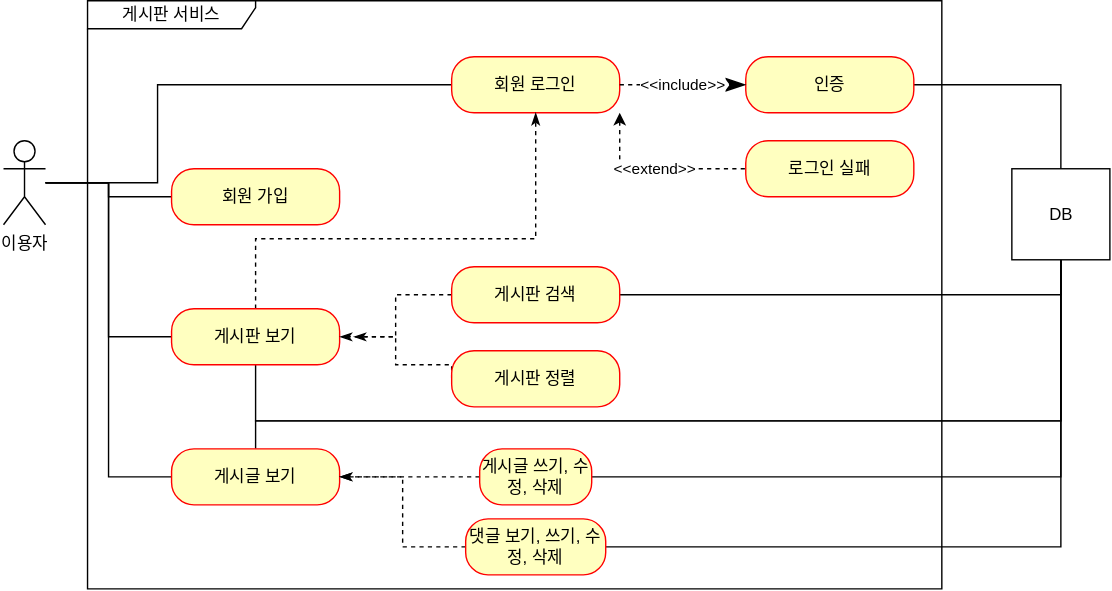
Before: document/use-case.svg, a diagram exported from draw.io (zmfpdl64/fastcampus-project-board). Source tidied: cells renumbered, new cells last; positions are measured from the earlier drawing's top-left corner, leaving out a move shared by most shapes.
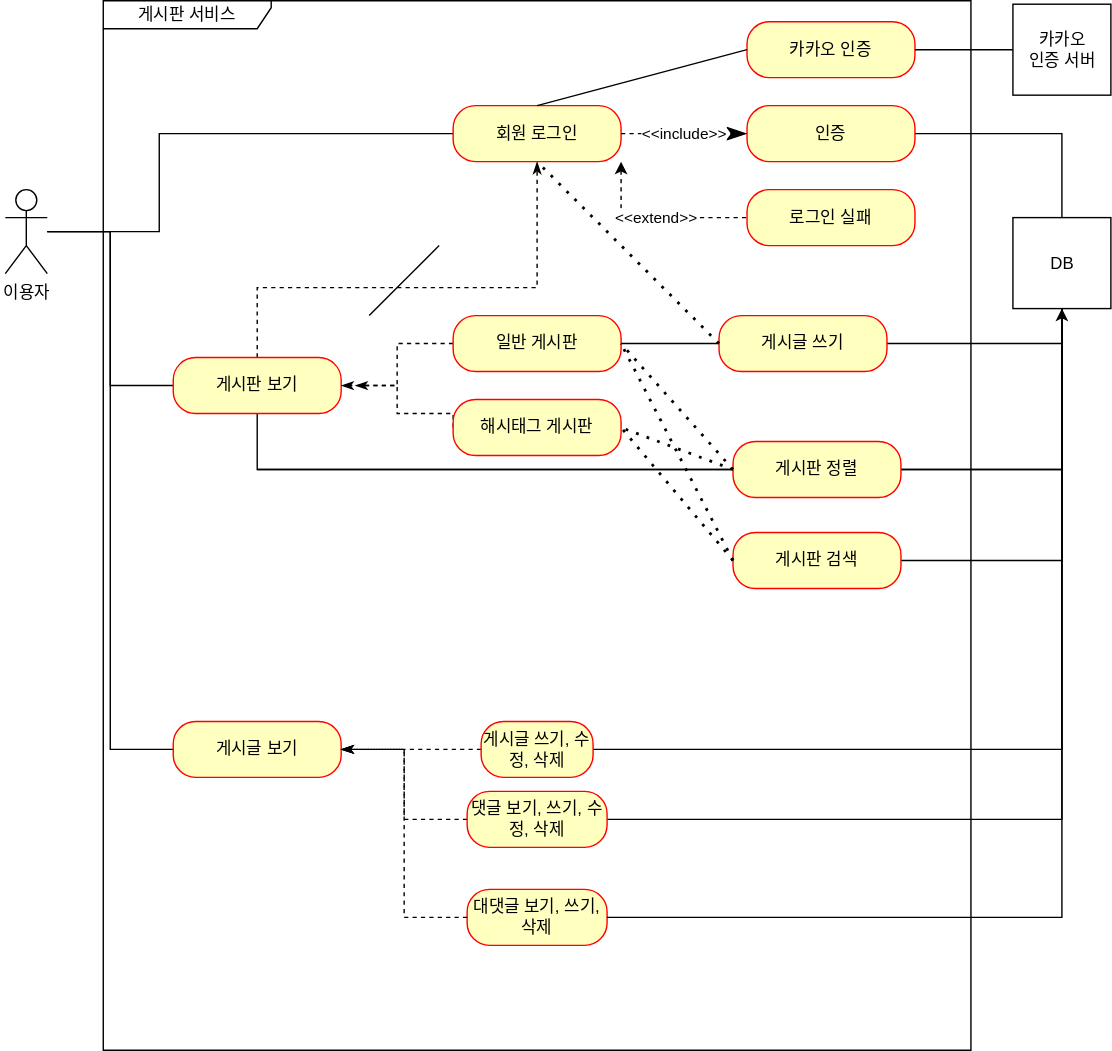
After the commit.

Commit message:
#49 - use-case.svg: 카카오 인증 유즈 케이스 추가 (대댓글 미리 표현하였다)

Change to the diagram source:
```diff
@@ -3,11 +3,8 @@
     <mxCell id="0" />
     <mxCell id="1" parent="0" />
     <mxCell id="2" value="게시판 서비스" style="shape=umlFrame;whiteSpace=wrap;html=1;width=120;height=20;" parent="1" vertex="1">
-      <mxGeometry x="60" width="610" height="420" as="geometry" />
+      <mxGeometry x="70" y="-35" width="620" height="750" as="geometry" />
     </mxCell>
-    <mxCell id="3" style="edgeStyle=orthogonalEdgeStyle;rounded=0;jettySize=auto;html=1;entryX=0;entryY=0.5;entryDx=0;entryDy=0;endArrow=none;endFill=0;" parent="1" edge="1" source="7" target="10">
-      <mxGeometry relative="1" as="geometry" />
-    </mxCell>
     <mxCell id="4" style="edgeStyle=orthogonalEdgeStyle;rounded=0;jettySize=auto;html=1;entryX=0;entryY=0.5;entryDx=0;entryDy=0;endArrow=none;endFill=0;" parent="1" edge="1" source="7" target="9">
       <mxGeometry relative="1" as="geometry">
         <Array as="points">
@@ -35,9 +32,6 @@
     <mxCell id="9" value="회원 로그인" style="rounded=1;whiteSpace=wrap;html=1;arcSize=40;fontColor=#000000;fillColor=#ffffc0;strokeColor=#ff0000;" parent="1" vertex="1">
       <mxGeometry x="320" y="40" width="120" height="40" as="geometry" />
     </mxCell>
-    <mxCell id="10" value="회원 가입" style="rounded=1;whiteSpace=wrap;html=1;arcSize=40;fontColor=#000000;fillColor=#ffffc0;strokeColor=#ff0000;" parent="1" vertex="1">
-      <mxGeometry x="120" y="120" width="120" height="40" as="geometry" />
-    </mxCell>
     <mxCell id="11" style="edgeStyle=orthogonalEdgeStyle;rounded=0;jettySize=auto;html=1;startArrow=none;startFill=0;endArrow=none;endFill=0;" parent="1" edge="1" source="12" target="31">
       <mxGeometry relative="1" as="geometry" />
     </mxCell>
@@ -76,19 +70,19 @@
         </Array>
       </mxGeometry>
     </mxCell>
-    <mxCell id="18" value="게시판 정렬" style="rounded=1;whiteSpace=wrap;html=1;arcSize=40;fontColor=#000000;fillColor=#ffffc0;strokeColor=#ff0000;" parent="1" vertex="1">
+    <mxCell id="18" value="해시태그 게시판" style="rounded=1;whiteSpace=wrap;html=1;arcSize=40;fontColor=#000000;fillColor=#ffffc0;strokeColor=#ff0000;" parent="1" vertex="1">
       <mxGeometry x="320" y="250" width="120" height="40" as="geometry" />
     </mxCell>
     <mxCell id="19" style="edgeStyle=orthogonalEdgeStyle;rounded=0;jettySize=auto;html=1;entryX=1;entryY=0.5;entryDx=0;entryDy=0;dashed=1;startArrow=none;startFill=0;endArrow=classicThin;endFill=1;" parent="1" edge="1" source="21" target="15">
       <mxGeometry relative="1" as="geometry" />
     </mxCell>
-    <mxCell id="20" style="edgeStyle=orthogonalEdgeStyle;rounded=0;jettySize=auto;html=1;entryX=0.5;entryY=1;entryDx=0;entryDy=0;startArrow=none;startFill=0;endArrow=none;endFill=0;" parent="1" edge="1" source="21" target="31">
+    <mxCell id="20" style="edgeStyle=orthogonalEdgeStyle;rounded=0;jettySize=auto;html=1;entryX=0.5;entryY=1;entryDx=0;entryDy=0;startArrow=none;startFill=0;endArrow=none;endFill=0;" parent="1" edge="1" source="38" target="31">
       <mxGeometry relative="1" as="geometry" />
     </mxCell>
-    <mxCell id="21" value="게시판 검색" style="rounded=1;whiteSpace=wrap;html=1;arcSize=40;fontColor=#000000;fillColor=#ffffc0;strokeColor=#ff0000;" parent="1" vertex="1">
+    <mxCell id="21" value="일반 게시판" style="rounded=1;whiteSpace=wrap;html=1;arcSize=40;fontColor=#000000;fillColor=#ffffc0;strokeColor=#ff0000;" parent="1" vertex="1">
       <mxGeometry x="320" y="190" width="120" height="40" as="geometry" />
     </mxCell>
-    <mxCell id="22" style="edgeStyle=orthogonalEdgeStyle;rounded=0;jettySize=auto;html=1;entryX=0.5;entryY=1;entryDx=0;entryDy=0;startArrow=none;startFill=0;endArrow=none;endFill=0;" parent="1" edge="1" source="23" target="31">
+    <mxCell id="22" style="edgeStyle=orthogonalEdgeStyle;rounded=0;jettySize=auto;html=1;entryX=0.5;entryY=1;entryDx=0;entryDy=0;startArrow=none;startFill=0;endArrow=none;endFill=0;" parent="1" edge="1" source="39" target="31">
       <mxGeometry relative="1" as="geometry">
         <Array as="points">
           <mxPoint x="180" y="300" />
@@ -97,7 +91,7 @@
       </mxGeometry>
     </mxCell>
     <mxCell id="23" value="게시글 보기" style="rounded=1;whiteSpace=wrap;html=1;arcSize=40;fontColor=#000000;fillColor=#ffffc0;strokeColor=#ff0000;" parent="1" vertex="1">
-      <mxGeometry x="120" y="320" width="120" height="40" as="geometry" />
+      <mxGeometry x="120" y="480" width="120" height="40" as="geometry" />
     </mxCell>
     <mxCell id="24" style="edgeStyle=orthogonalEdgeStyle;rounded=0;jettySize=auto;html=1;entryX=1;entryY=0.5;entryDx=0;entryDy=0;dashed=1;startArrow=none;startFill=0;endArrow=classicThin;endFill=1;" parent="1" edge="1" source="26" target="23">
       <mxGeometry relative="1" as="geometry" />
@@ -106,7 +100,7 @@
       <mxGeometry relative="1" as="geometry" />
     </mxCell>
     <mxCell id="26" value="게시글 쓰기, 수정, 삭제" style="rounded=1;whiteSpace=wrap;html=1;arcSize=40;fontColor=#000000;fillColor=#ffffc0;strokeColor=#ff0000;" parent="1" vertex="1">
-      <mxGeometry x="340" y="320" width="80" height="40" as="geometry" />
+      <mxGeometry x="340" y="480" width="80" height="40" as="geometry" />
     </mxCell>
     <mxCell id="27" style="edgeStyle=orthogonalEdgeStyle;rounded=0;jettySize=auto;html=1;dashed=1;startArrow=none;startFill=0;endArrow=classicThin;endFill=1;entryX=1;entryY=0.5;entryDx=0;entryDy=0;" parent="1" edge="1" source="29" target="23">
       <mxGeometry relative="1" as="geometry" />
@@ -115,7 +109,7 @@
       <mxGeometry relative="1" as="geometry" />
     </mxCell>
     <mxCell id="29" value="댓글 보기, 쓰기, 수정, 삭제" style="rounded=1;whiteSpace=wrap;html=1;arcSize=40;fontColor=#000000;fillColor=#ffffc0;strokeColor=#ff0000;" parent="1" vertex="1">
-      <mxGeometry x="330" y="370" width="100" height="40" as="geometry" />
+      <mxGeometry x="330" y="530" width="100" height="40" as="geometry" />
     </mxCell>
     <mxCell id="30" value="&amp;lt;&amp;lt;include&amp;gt;&amp;gt;" style="endArrow=classicThin;endSize=12;dashed=1;html=1;rounded=0;exitX=1;exitY=0.5;exitDx=0;exitDy=0;entryX=0;entryY=0.5;entryDx=0;entryDy=0;endFill=1;" parent="1" edge="1" source="9" target="12">
       <mxGeometry relative="1" as="geometry" />
@@ -123,5 +117,64 @@
     <mxCell id="31" value="DB" style="html=1;" parent="1" vertex="1">
       <mxGeometry x="720" y="120" width="70" height="65" as="geometry" />
     </mxCell>
+    <mxCell id="32" value="대댓글 보기, 쓰기, 삭제" style="rounded=1;whiteSpace=wrap;html=1;arcSize=40;fontColor=#000000;fillColor=#ffffc0;strokeColor=#ff0000;" parent="1" vertex="1">
+      <mxGeometry x="330" y="600" width="100" height="40" as="geometry" />
+    </mxCell>
+    <mxCell id="33" style="edgeStyle=orthogonalEdgeStyle;rounded=0;jettySize=auto;html=1;dashed=1;startArrow=none;startFill=0;endArrow=classicThin;endFill=1;entryX=1;entryY=0.5;entryDx=0;entryDy=0;" parent="1" edge="1" source="32" target="23">
+      <mxGeometry relative="1" as="geometry" />
+    </mxCell>
+    <mxCell id="34" style="edgeStyle=orthogonalEdgeStyle;rounded=0;jettySize=auto;html=1;entryX=0.5;entryY=1;entryDx=0;entryDy=0;startArrow=none;startFill=0;endArrow=none;endFill=0;exitX=1;exitY=0.5;exitDx=0;exitDy=0;" parent="1" edge="1" source="32" target="31">
+      <mxGeometry relative="1" as="geometry" />
+    </mxCell>
+    <mxCell id="35" style="edgeStyle=orthogonalEdgeStyle;rounded=0;jettySize=auto;html=1;exitX=1;exitY=0.5;exitDx=0;exitDy=0;entryX=0.5;entryY=1;entryDx=0;entryDy=0;" parent="1" edge="1" source="36" target="31">
+      <mxGeometry relative="1" as="geometry" />
+    </mxCell>
+    <mxCell id="36" value="게시판 검색" style="rounded=1;whiteSpace=wrap;html=1;arcSize=40;fontColor=#000000;fillColor=#ffffc0;strokeColor=#ff0000;" parent="1" vertex="1">
+      <mxGeometry x="520" y="345" width="120" height="40" as="geometry" />
+    </mxCell>
+    <mxCell id="37" style="edgeStyle=orthogonalEdgeStyle;rounded=0;jettySize=auto;html=1;entryX=0;entryY=0.5;entryDx=0;entryDy=0;startArrow=none;startFill=0;endArrow=none;endFill=0;" parent="1" edge="1" source="21" target="38">
+      <mxGeometry relative="1" as="geometry" />
+    </mxCell>
+    <mxCell id="38" value="게시글 쓰기" style="rounded=1;whiteSpace=wrap;html=1;arcSize=40;fontColor=#000000;fillColor=#ffffc0;strokeColor=#ff0000;" parent="1" vertex="1">
+      <mxGeometry x="510" y="190" width="120" height="40" as="geometry" />
+    </mxCell>
+    <mxCell id="39" value="게시판 정렬" style="rounded=1;whiteSpace=wrap;html=1;arcSize=40;fontColor=#000000;fillColor=#ffffc0;strokeColor=#ff0000;" parent="1" vertex="1">
+      <mxGeometry x="520" y="280" width="120" height="40" as="geometry" />
+    </mxCell>
+    <mxCell id="40" style="endArrow=none;dashed=1;html=1;dashPattern=1 3;strokeWidth=2;rounded=0;entryX=1;entryY=0.5;entryDx=0;entryDy=0;" parent="1" edge="1" target="21">
+      <mxGeometry relative="1" as="geometry">
+        <mxPoint x="520" y="300" as="sourcePoint" />
+      </mxGeometry>
+    </mxCell>
+    <mxCell id="41" style="endArrow=none;dashed=1;html=1;dashPattern=1 3;strokeWidth=2;rounded=0;entryX=1;entryY=0.5;entryDx=0;entryDy=0;exitX=0;exitY=0.5;exitDx=0;exitDy=0;" parent="1" edge="1" source="39" target="18">
+      <mxGeometry relative="1" as="geometry" />
+    </mxCell>
+    <mxCell id="42" style="endArrow=none;dashed=1;html=1;dashPattern=1 3;strokeWidth=2;rounded=0;entryX=1;entryY=0.5;entryDx=0;entryDy=0;exitX=0;exitY=0.5;exitDx=0;exitDy=0;" parent="1" edge="1" source="36" target="18">
+      <mxGeometry relative="1" as="geometry" />
+    </mxCell>
+    <mxCell id="43" style="endArrow=none;dashed=1;html=1;dashPattern=1 3;strokeWidth=2;rounded=0;entryX=0.5;entryY=1;entryDx=0;entryDy=0;exitX=0;exitY=0.5;exitDx=0;exitDy=0;" parent="1" edge="1" source="38" target="9">
+      <mxGeometry relative="1" as="geometry" />
+    </mxCell>
+    <mxCell id="44" style="endArrow=none;dashed=1;html=1;dashPattern=1 3;strokeWidth=2;rounded=0;entryX=1;entryY=0.5;entryDx=0;entryDy=0;exitX=0;exitY=0.5;exitDx=0;exitDy=0;" parent="1" edge="1" source="36" target="21">
+      <mxGeometry relative="1" as="geometry" />
+    </mxCell>
+    <mxCell id="45" value="카카오 인증" style="rounded=1;whiteSpace=wrap;html=1;arcSize=40;fontColor=#000000;fillColor=#ffffc0;strokeColor=#ff0000;" parent="1" vertex="1">
+      <mxGeometry x="530" y="-20" width="120" height="40" as="geometry" />
+    </mxCell>
+    <mxCell id="46" value="카카오 &lt;br&gt;인증 서버" style="html=1;" parent="1" vertex="1">
+      <mxGeometry x="720" y="-32.5" width="70" height="65" as="geometry" />
+    </mxCell>
+    <mxCell id="47" style="endArrow=none;html=1;rounded=0;" parent="1" edge="1">
+      <mxGeometry relative="1" as="geometry">
+        <mxPoint x="260" y="190" as="sourcePoint" />
+        <mxPoint x="310" y="140" as="targetPoint" />
+      </mxGeometry>
+    </mxCell>
+    <mxCell id="48" style="endArrow=none;html=1;rounded=0;entryX=0;entryY=0.5;entryDx=0;entryDy=0;exitX=1;exitY=0.5;exitDx=0;exitDy=0;" parent="1" edge="1" source="45" target="46">
+      <mxGeometry relative="1" as="geometry" />
+    </mxCell>
+    <mxCell id="49" style="endArrow=none;html=1;rounded=0;entryX=0;entryY=0.5;entryDx=0;entryDy=0;exitX=0.5;exitY=0;exitDx=0;exitDy=0;" parent="1" edge="1" source="9" target="45">
+      <mxGeometry relative="1" as="geometry" />
+    </mxCell>
   </root>
 </mxGraphModel>
```
